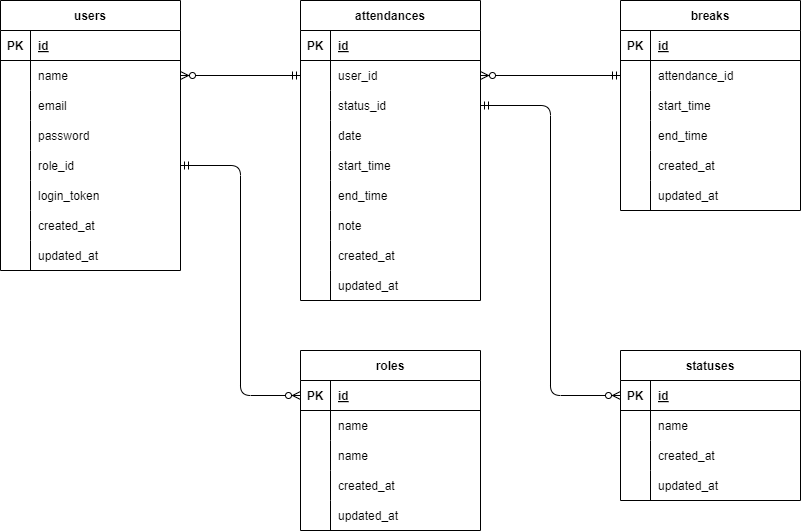
Before: diagram/ER/ER.png, a diagram exported from draw.io (Shun-Adachi/coachtech-attendance-management). Source tidied: cells renumbered, new cells last; positions are measured from the earlier drawing's top-left corner, leaving out a move shared by most shapes.
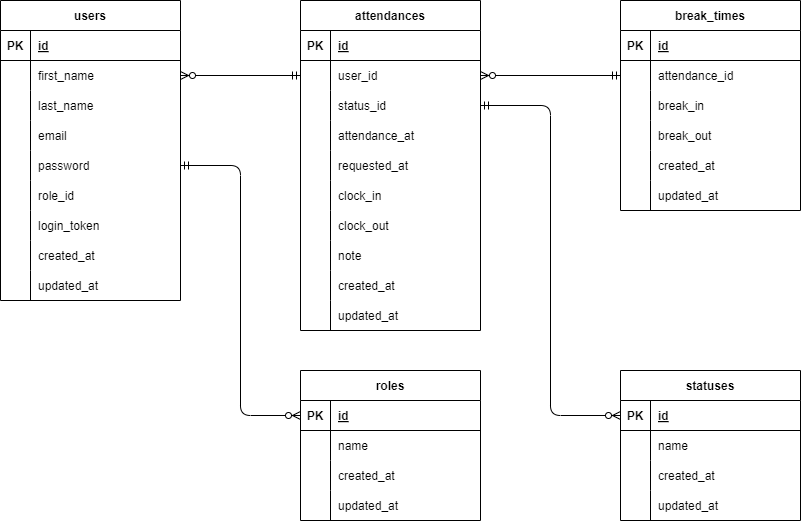
Later version of the same file.

The edit, as a diff of the source:
```diff
@@ -3,7 +3,7 @@
     <mxCell id="0" />
     <mxCell id="1" parent="0" />
     <mxCell id="2" value="users" style="shape=table;startSize=30;rowLines=0;fontStyle=1;align=center;" parent="1" vertex="1">
-      <mxGeometry width="180" height="270" as="geometry" />
+      <mxGeometry width="180" height="300" as="geometry" />
     </mxCell>
     <mxCell id="3" style="shape=tableRow;horizontal=0;startSize=0;swimlaneHead=0;swimlaneBody=0;fillColor=none;top=0;left=0;right=0;bottom=1;" parent="2" vertex="1">
       <mxGeometry y="30" width="180" height="30" as="geometry" />
@@ -20,7 +20,7 @@
     <mxCell id="7" style="shape=partialRectangle;fillColor=none;top=0;left=0;bottom=0;right=0;overflow=hidden;" parent="6" vertex="1">
       <mxGeometry width="30" height="30" as="geometry" />
     </mxCell>
-    <mxCell id="8" value="name" style="shape=partialRectangle;fillColor=none;top=0;left=0;bottom=0;right=0;align=left;spacingLeft=6;overflow=hidden;" parent="6" vertex="1">
+    <mxCell id="8" value="first_name" style="shape=partialRectangle;fillColor=none;top=0;left=0;bottom=0;right=0;align=left;spacingLeft=6;overflow=hidden;" parent="6" vertex="1">
       <mxGeometry x="30" width="150" height="30" as="geometry" />
     </mxCell>
     <mxCell id="9" style="shape=tableRow;horizontal=0;startSize=0;swimlaneHead=0;swimlaneBody=0;fillColor=none;top=0;left=0;right=0;bottom=0;" parent="2" vertex="1">
@@ -29,7 +29,7 @@
     <mxCell id="10" style="shape=partialRectangle;fillColor=none;top=0;left=0;bottom=0;right=0;overflow=hidden;" parent="9" vertex="1">
       <mxGeometry width="30" height="30" as="geometry" />
     </mxCell>
-    <mxCell id="11" value="email" style="shape=partialRectangle;fillColor=none;top=0;left=0;bottom=0;right=0;align=left;spacingLeft=6;overflow=hidden;" parent="9" vertex="1">
+    <mxCell id="11" value="last_name" style="shape=partialRectangle;fillColor=none;top=0;left=0;bottom=0;right=0;align=left;spacingLeft=6;overflow=hidden;" parent="9" vertex="1">
       <mxGeometry x="30" width="150" height="30" as="geometry" />
     </mxCell>
     <mxCell id="12" style="shape=tableRow;horizontal=0;startSize=0;swimlaneHead=0;swimlaneBody=0;fillColor=none;top=0;left=0;right=0;bottom=0;" parent="2" vertex="1">
@@ -38,7 +38,7 @@
     <mxCell id="13" style="shape=partialRectangle;fillColor=none;top=0;left=0;bottom=0;right=0;overflow=hidden;" parent="12" vertex="1">
       <mxGeometry width="30" height="30" as="geometry" />
     </mxCell>
-    <mxCell id="14" value="password" style="shape=partialRectangle;fillColor=none;top=0;left=0;bottom=0;right=0;align=left;spacingLeft=6;overflow=hidden;" parent="12" vertex="1">
+    <mxCell id="14" value="email" style="shape=partialRectangle;fillColor=none;top=0;left=0;bottom=0;right=0;align=left;spacingLeft=6;overflow=hidden;" parent="12" vertex="1">
       <mxGeometry x="30" width="150" height="30" as="geometry" />
     </mxCell>
     <mxCell id="15" style="shape=tableRow;horizontal=0;startSize=0;swimlaneHead=0;swimlaneBody=0;fillColor=none;points=[[0,0.5],[1,0.5]];portConstraint=eastwest;top=0;left=0;right=0;bottom=0;" parent="2" vertex="1">
@@ -47,7 +47,7 @@
     <mxCell id="16" style="shape=partialRectangle;fillColor=none;top=0;left=0;bottom=0;right=0;overflow=hidden;" parent="15" vertex="1">
       <mxGeometry width="30" height="30" as="geometry" />
     </mxCell>
-    <mxCell id="17" value="role_id" style="shape=partialRectangle;fillColor=none;top=0;left=0;bottom=0;right=0;align=left;spacingLeft=6;overflow=hidden;" parent="15" vertex="1">
+    <mxCell id="17" value="password" style="shape=partialRectangle;fillColor=none;top=0;left=0;bottom=0;right=0;align=left;spacingLeft=6;overflow=hidden;" parent="15" vertex="1">
       <mxGeometry x="30" width="150" height="30" as="geometry" />
     </mxCell>
     <mxCell id="18" style="shape=tableRow;horizontal=0;startSize=0;swimlaneHead=0;swimlaneBody=0;fillColor=none;top=0;left=0;right=0;bottom=0;" parent="2" vertex="1">
@@ -56,7 +56,7 @@
     <mxCell id="19" style="shape=partialRectangle;fillColor=none;top=0;left=0;bottom=0;right=0;overflow=hidden;" parent="18" vertex="1">
       <mxGeometry width="30" height="30" as="geometry" />
     </mxCell>
-    <mxCell id="20" value="login_token" style="shape=partialRectangle;fillColor=none;top=0;left=0;bottom=0;right=0;align=left;spacingLeft=6;overflow=hidden;" parent="18" vertex="1">
+    <mxCell id="20" value="role_id" style="shape=partialRectangle;fillColor=none;top=0;left=0;bottom=0;right=0;align=left;spacingLeft=6;overflow=hidden;" parent="18" vertex="1">
       <mxGeometry x="30" width="150" height="30" as="geometry" />
     </mxCell>
     <mxCell id="21" style="shape=tableRow;horizontal=0;startSize=0;swimlaneHead=0;swimlaneBody=0;fillColor=none;top=0;left=0;right=0;bottom=0;" parent="2" vertex="1">
@@ -65,7 +65,7 @@
     <mxCell id="22" style="shape=partialRectangle;fillColor=none;top=0;left=0;bottom=0;right=0;overflow=hidden;" parent="21" vertex="1">
       <mxGeometry width="30" height="30" as="geometry" />
     </mxCell>
-    <mxCell id="23" value="created_at" style="shape=partialRectangle;fillColor=none;top=0;left=0;bottom=0;right=0;align=left;spacingLeft=6;overflow=hidden;" parent="21" vertex="1">
+    <mxCell id="23" value="login_token" style="shape=partialRectangle;fillColor=none;top=0;left=0;bottom=0;right=0;align=left;spacingLeft=6;overflow=hidden;" parent="21" vertex="1">
       <mxGeometry x="30" width="150" height="30" as="geometry" />
     </mxCell>
     <mxCell id="24" style="shape=tableRow;horizontal=0;startSize=0;swimlaneHead=0;swimlaneBody=0;fillColor=none;top=0;left=0;right=0;bottom=0;" parent="2" vertex="1">
@@ -74,11 +74,20 @@
     <mxCell id="25" style="shape=partialRectangle;fillColor=none;top=0;left=0;bottom=0;right=0;overflow=hidden;" parent="24" vertex="1">
       <mxGeometry width="30" height="30" as="geometry" />
     </mxCell>
-    <mxCell id="26" value="updated_at" style="shape=partialRectangle;fillColor=none;top=0;left=0;bottom=0;right=0;align=left;spacingLeft=6;overflow=hidden;" parent="24" vertex="1">
+    <mxCell id="26" value="created_at" style="shape=partialRectangle;fillColor=none;top=0;left=0;bottom=0;right=0;align=left;spacingLeft=6;overflow=hidden;" parent="24" vertex="1">
       <mxGeometry x="30" width="150" height="30" as="geometry" />
     </mxCell>
+    <mxCell id="107" style="shape=tableRow;horizontal=0;startSize=0;swimlaneHead=0;swimlaneBody=0;fillColor=none;top=0;left=0;right=0;bottom=0;" parent="2" vertex="1">
+      <mxGeometry y="270" width="180" height="30" as="geometry" />
+    </mxCell>
+    <mxCell id="108" style="shape=partialRectangle;fillColor=none;top=0;left=0;bottom=0;right=0;overflow=hidden;" parent="107" vertex="1">
+      <mxGeometry width="30" height="30" as="geometry" />
+    </mxCell>
+    <mxCell id="109" value="updated_at" style="shape=partialRectangle;fillColor=none;top=0;left=0;bottom=0;right=0;align=left;spacingLeft=6;overflow=hidden;" parent="107" vertex="1">
+      <mxGeometry x="30" width="150" height="30" as="geometry" />
+    </mxCell>
     <mxCell id="27" value="statuses" style="shape=table;startSize=30;rowLines=0;fontStyle=1;align=center;" parent="1" vertex="1">
-      <mxGeometry x="620" y="350" width="180" height="150" as="geometry" />
+      <mxGeometry x="620" y="370" width="180" height="150" as="geometry" />
     </mxCell>
     <mxCell id="28" style="shape=tableRow;horizontal=0;startSize=0;swimlaneHead=0;swimlaneBody=0;fillColor=none;points=[[0,0.5],[1,0.5]];portConstraint=eastwest;top=0;left=0;right=0;bottom=1;" parent="27" vertex="1">
       <mxGeometry y="30" width="180" height="30" as="geometry" />
@@ -117,7 +126,7 @@
       <mxGeometry x="30" width="150" height="30" as="geometry" />
     </mxCell>
     <mxCell id="40" value="attendances" style="shape=table;startSize=30;rowLines=0;fontStyle=1;align=center;" parent="1" vertex="1">
-      <mxGeometry x="300" width="180" height="300" as="geometry" />
+      <mxGeometry x="300" width="180" height="330" as="geometry" />
     </mxCell>
     <mxCell id="41" style="shape=tableRow;horizontal=0;startSize=0;swimlaneHead=0;swimlaneBody=0;fillColor=none;top=0;left=0;right=0;bottom=1;" parent="40" vertex="1">
       <mxGeometry y="30" width="180" height="30" as="geometry" />
@@ -152,7 +161,7 @@
     <mxCell id="51" style="shape=partialRectangle;fillColor=none;top=0;left=0;bottom=0;right=0;overflow=hidden;" parent="50" vertex="1">
       <mxGeometry width="30" height="30" as="geometry" />
     </mxCell>
-    <mxCell id="52" value="date" style="shape=partialRectangle;fillColor=none;top=0;left=0;bottom=0;right=0;align=left;spacingLeft=6;overflow=hidden;" parent="50" vertex="1">
+    <mxCell id="52" value="attendance_at" style="shape=partialRectangle;fillColor=none;top=0;left=0;bottom=0;right=0;align=left;spacingLeft=6;overflow=hidden;" parent="50" vertex="1">
       <mxGeometry x="30" width="150" height="30" as="geometry" />
     </mxCell>
     <mxCell id="53" style="shape=tableRow;horizontal=0;startSize=0;swimlaneHead=0;swimlaneBody=0;fillColor=none;top=0;left=0;right=0;bottom=0;" parent="40" vertex="1">
@@ -161,7 +170,7 @@
     <mxCell id="54" style="shape=partialRectangle;fillColor=none;top=0;left=0;bottom=0;right=0;overflow=hidden;" parent="53" vertex="1">
       <mxGeometry width="30" height="30" as="geometry" />
     </mxCell>
-    <mxCell id="55" value="start_time" style="shape=partialRectangle;fillColor=none;top=0;left=0;bottom=0;right=0;align=left;spacingLeft=6;overflow=hidden;" parent="53" vertex="1">
+    <mxCell id="55" value="requested_at" style="shape=partialRectangle;fillColor=none;top=0;left=0;bottom=0;right=0;align=left;spacingLeft=6;overflow=hidden;" parent="53" vertex="1">
       <mxGeometry x="30" width="150" height="30" as="geometry" />
     </mxCell>
     <mxCell id="56" style="shape=tableRow;horizontal=0;startSize=0;swimlaneHead=0;swimlaneBody=0;fillColor=none;top=0;left=0;right=0;bottom=0;" parent="40" vertex="1">
@@ -170,7 +179,7 @@
     <mxCell id="57" style="shape=partialRectangle;fillColor=none;top=0;left=0;bottom=0;right=0;overflow=hidden;" parent="56" vertex="1">
       <mxGeometry width="30" height="30" as="geometry" />
     </mxCell>
-    <mxCell id="58" value="end_time" style="shape=partialRectangle;fillColor=none;top=0;left=0;bottom=0;right=0;align=left;spacingLeft=6;overflow=hidden;" parent="56" vertex="1">
+    <mxCell id="58" value="clock_in" style="shape=partialRectangle;fillColor=none;top=0;left=0;bottom=0;right=0;align=left;spacingLeft=6;overflow=hidden;" parent="56" vertex="1">
       <mxGeometry x="30" width="150" height="30" as="geometry" />
     </mxCell>
     <mxCell id="59" style="shape=tableRow;horizontal=0;startSize=0;swimlaneHead=0;swimlaneBody=0;fillColor=none;top=0;left=0;right=0;bottom=0;" parent="40" vertex="1">
@@ -179,7 +188,7 @@
     <mxCell id="60" style="shape=partialRectangle;fillColor=none;top=0;left=0;bottom=0;right=0;overflow=hidden;" parent="59" vertex="1">
       <mxGeometry width="30" height="30" as="geometry" />
     </mxCell>
-    <mxCell id="61" value="note" style="shape=partialRectangle;fillColor=none;top=0;left=0;bottom=0;right=0;align=left;spacingLeft=6;overflow=hidden;" parent="59" vertex="1">
+    <mxCell id="61" value="clock_out" style="shape=partialRectangle;fillColor=none;top=0;left=0;bottom=0;right=0;align=left;spacingLeft=6;overflow=hidden;" parent="59" vertex="1">
       <mxGeometry x="30" width="150" height="30" as="geometry" />
     </mxCell>
     <mxCell id="62" style="shape=tableRow;horizontal=0;startSize=0;swimlaneHead=0;swimlaneBody=0;fillColor=none;top=0;left=0;right=0;bottom=0;" parent="40" vertex="1">
@@ -188,7 +197,7 @@
     <mxCell id="63" style="shape=partialRectangle;fillColor=none;top=0;left=0;bottom=0;right=0;overflow=hidden;" parent="62" vertex="1">
       <mxGeometry width="30" height="30" as="geometry" />
     </mxCell>
-    <mxCell id="64" value="created_at" style="shape=partialRectangle;fillColor=none;top=0;left=0;bottom=0;right=0;align=left;spacingLeft=6;overflow=hidden;" parent="62" vertex="1">
+    <mxCell id="64" value="note" style="shape=partialRectangle;fillColor=none;top=0;left=0;bottom=0;right=0;align=left;spacingLeft=6;overflow=hidden;" parent="62" vertex="1">
       <mxGeometry x="30" width="150" height="30" as="geometry" />
     </mxCell>
     <mxCell id="65" style="shape=tableRow;horizontal=0;startSize=0;swimlaneHead=0;swimlaneBody=0;fillColor=none;top=0;left=0;right=0;bottom=0;" parent="40" vertex="1">
@@ -197,10 +206,19 @@
     <mxCell id="66" style="shape=partialRectangle;fillColor=none;top=0;left=0;bottom=0;right=0;overflow=hidden;" parent="65" vertex="1">
       <mxGeometry width="30" height="30" as="geometry" />
     </mxCell>
-    <mxCell id="67" value="updated_at" style="shape=partialRectangle;fillColor=none;top=0;left=0;bottom=0;right=0;align=left;spacingLeft=6;overflow=hidden;" parent="65" vertex="1">
+    <mxCell id="67" value="created_at" style="shape=partialRectangle;fillColor=none;top=0;left=0;bottom=0;right=0;align=left;spacingLeft=6;overflow=hidden;" parent="65" vertex="1">
       <mxGeometry x="30" width="150" height="30" as="geometry" />
     </mxCell>
+    <mxCell id="110" style="shape=tableRow;horizontal=0;startSize=0;swimlaneHead=0;swimlaneBody=0;fillColor=none;top=0;left=0;right=0;bottom=0;" parent="40" vertex="1">
+      <mxGeometry y="300" width="180" height="30" as="geometry" />
+    </mxCell>
+    <mxCell id="111" style="shape=partialRectangle;fillColor=none;top=0;left=0;bottom=0;right=0;overflow=hidden;" parent="110" vertex="1">
+      <mxGeometry width="30" height="30" as="geometry" />
+    </mxCell>
+    <mxCell id="112" value="updated_at" style="shape=partialRectangle;fillColor=none;top=0;left=0;bottom=0;right=0;align=left;spacingLeft=6;overflow=hidden;" parent="110" vertex="1">
+      <mxGeometry x="30" width="150" height="30" as="geometry" />
+    </mxCell>
-    <mxCell id="68" value="breaks" style="shape=table;startSize=30;rowLines=0;fontStyle=1;align=center;" parent="1" vertex="1">
+    <mxCell id="68" value="break_times" style="shape=table;startSize=30;rowLines=0;fontStyle=1;align=center;" parent="1" vertex="1">
       <mxGeometry x="620" width="180" height="210" as="geometry" />
     </mxCell>
     <mxCell id="69" style="shape=tableRow;horizontal=0;startSize=0;swimlaneHead=0;swimlaneBody=0;fillColor=none;top=0;left=0;right=0;bottom=1;" parent="68" vertex="1">
@@ -227,7 +245,7 @@
     <mxCell id="76" style="shape=partialRectangle;fillColor=none;top=0;left=0;bottom=0;right=0;overflow=hidden;" parent="75" vertex="1">
       <mxGeometry width="30" height="30" as="geometry" />
     </mxCell>
-    <mxCell id="77" value="start_time" style="shape=partialRectangle;fillColor=none;top=0;left=0;bottom=0;right=0;align=left;spacingLeft=6;overflow=hidden;" parent="75" vertex="1">
+    <mxCell id="77" value="break_in" style="shape=partialRectangle;fillColor=none;top=0;left=0;bottom=0;right=0;align=left;spacingLeft=6;overflow=hidden;" parent="75" vertex="1">
       <mxGeometry x="30" width="150" height="30" as="geometry" />
     </mxCell>
     <mxCell id="78" style="shape=tableRow;horizontal=0;startSize=0;swimlaneHead=0;swimlaneBody=0;fillColor=none;top=0;left=0;right=0;bottom=0;" parent="68" vertex="1">
@@ -236,7 +254,7 @@
     <mxCell id="79" style="shape=partialRectangle;fillColor=none;top=0;left=0;bottom=0;right=0;overflow=hidden;" parent="78" vertex="1">
       <mxGeometry width="30" height="30" as="geometry" />
     </mxCell>
-    <mxCell id="80" value="end_time" style="shape=partialRectangle;fillColor=none;top=0;left=0;bottom=0;right=0;align=left;spacingLeft=6;overflow=hidden;" parent="78" vertex="1">
+    <mxCell id="80" value="break_out" style="shape=partialRectangle;fillColor=none;top=0;left=0;bottom=0;right=0;align=left;spacingLeft=6;overflow=hidden;" parent="78" vertex="1">
       <mxGeometry x="30" width="150" height="30" as="geometry" />
     </mxCell>
     <mxCell id="81" style="shape=tableRow;horizontal=0;startSize=0;swimlaneHead=0;swimlaneBody=0;fillColor=none;top=0;left=0;right=0;bottom=0;" parent="68" vertex="1">
@@ -258,7 +276,7 @@
       <mxGeometry x="30" width="150" height="30" as="geometry" />
     </mxCell>
     <mxCell id="87" value="roles" style="shape=table;startSize=30;rowLines=0;fontStyle=1;align=center;" parent="1" vertex="1">
-      <mxGeometry x="300" y="350" width="180" height="180" as="geometry" />
+      <mxGeometry x="300" y="370" width="180" height="150" as="geometry" />
     </mxCell>
     <mxCell id="88" style="shape=tableRow;horizontal=0;startSize=0;swimlaneHead=0;swimlaneBody=0;fillColor=none;points=[[0,0.5],[1,0.5]];portConstraint=eastwest;top=0;left=0;right=0;bottom=1;" parent="87" vertex="1">
       <mxGeometry y="30" width="180" height="30" as="geometry" />
@@ -278,17 +296,8 @@
     <mxCell id="93" value="name" style="shape=partialRectangle;fillColor=none;top=0;left=0;bottom=0;right=0;align=left;spacingLeft=6;overflow=hidden;" parent="91" vertex="1">
       <mxGeometry x="30" width="150" height="30" as="geometry" />
     </mxCell>
-    <mxCell id="94" style="shape=tableRow;horizontal=0;startSize=0;swimlaneHead=0;swimlaneBody=0;fillColor=none;top=0;left=0;right=0;bottom=0;" parent="87" vertex="1">
-      <mxGeometry y="90" width="180" height="30" as="geometry" />
-    </mxCell>
-    <mxCell id="95" style="shape=partialRectangle;fillColor=none;top=0;left=0;bottom=0;right=0;overflow=hidden;" parent="94" vertex="1">
-      <mxGeometry width="30" height="30" as="geometry" />
-    </mxCell>
-    <mxCell id="96" value="name" style="shape=partialRectangle;fillColor=none;top=0;left=0;bottom=0;right=0;align=left;spacingLeft=6;overflow=hidden;" parent="94" vertex="1">
-      <mxGeometry x="30" width="150" height="30" as="geometry" />
-    </mxCell>
     <mxCell id="97" style="shape=tableRow;horizontal=0;startSize=0;swimlaneHead=0;swimlaneBody=0;fillColor=none;top=0;left=0;right=0;bottom=0;" parent="87" vertex="1">
-      <mxGeometry y="120" width="180" height="30" as="geometry" />
+      <mxGeometry y="90" width="180" height="30" as="geometry" />
     </mxCell>
     <mxCell id="98" style="shape=partialRectangle;fillColor=none;top=0;left=0;bottom=0;right=0;overflow=hidden;" parent="97" vertex="1">
       <mxGeometry width="30" height="30" as="geometry" />
@@ -297,7 +306,7 @@
       <mxGeometry x="30" width="150" height="30" as="geometry" />
     </mxCell>
     <mxCell id="100" style="shape=tableRow;horizontal=0;startSize=0;swimlaneHead=0;swimlaneBody=0;fillColor=none;top=0;left=0;right=0;bottom=0;" parent="87" vertex="1">
-      <mxGeometry y="150" width="180" height="30" as="geometry" />
+      <mxGeometry y="120" width="180" height="30" as="geometry" />
     </mxCell>
     <mxCell id="101" style="shape=partialRectangle;fillColor=none;top=0;left=0;bottom=0;right=0;overflow=hidden;" parent="100" vertex="1">
       <mxGeometry width="30" height="30" as="geometry" />
```
